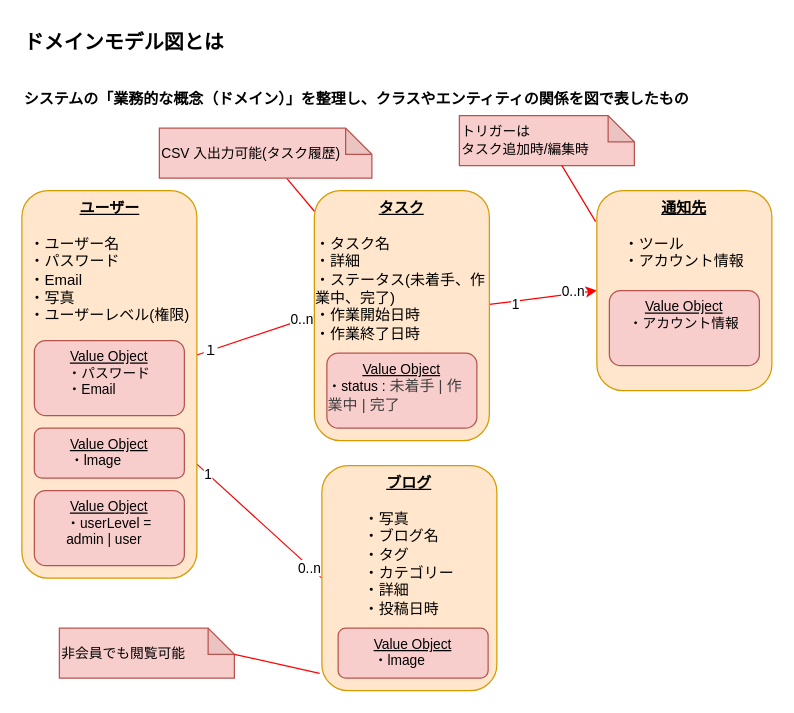
This is docs/ドメインモデル図.drawio from nomin-sasabuchi/express-next-rest-api, a draw.io file, before an edit. Source tidied: cells renumbered, new cells numbered last; positions are measured from the earlier drawing's top-left corner, leaving out a move shared by most shapes. Both pictures are drawn from the tidied source at 125%, with x=0, y=0 at pixel (21, 21).
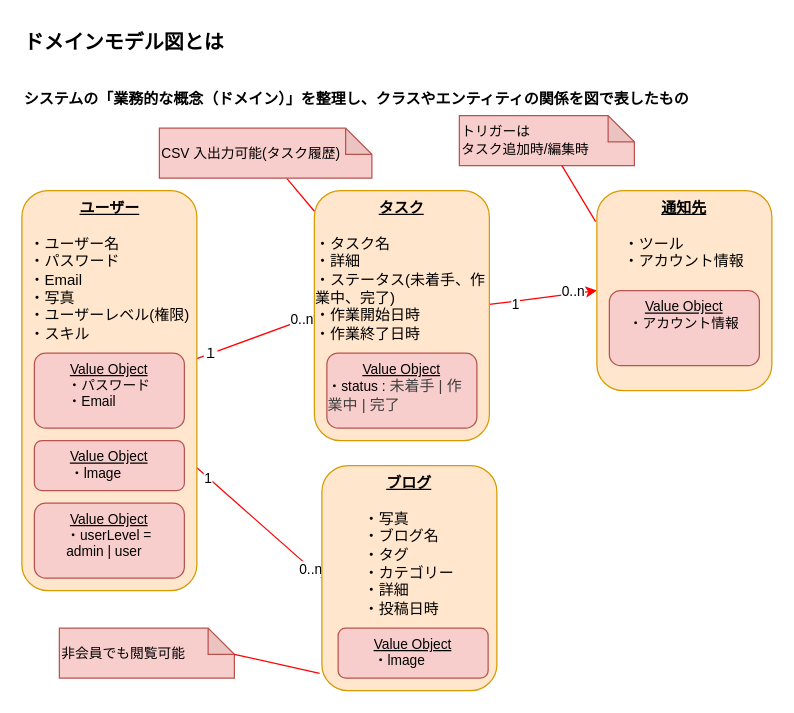
The same page after the edit.

The edit, as a diff of the source:
```diff
@@
-    <mxCell id="9" value="&lt;div style=&quot;&quot;&gt;&lt;u style=&quot;background-color: transparent;&quot;&gt;&lt;b&gt;ユーザー&lt;/b&gt;&lt;/u&gt;&lt;/div&gt;&lt;div&gt;&lt;b&gt;&lt;u&gt;&lt;br&gt;&lt;/u&gt;&lt;/b&gt;&lt;/div&gt;&lt;div style=&quot;text-align: left;&quot;&gt;・ユーザー名&lt;/div&gt;&lt;div style=&quot;text-align: left;&quot;&gt;・パスワード&lt;br&gt;・Email&lt;/div&gt;&lt;div style=&quot;text-align: left;&quot;&gt;・写真&lt;br&gt;&lt;/div&gt;&lt;div style=&quot;text-align: left;&quot;&gt;・ユーザーレベル(権限)&lt;/div&gt;&lt;div&gt;&lt;div&gt;&lt;u&gt;&lt;b&gt;&lt;br&gt;&lt;/b&gt;&lt;/u&gt;&lt;/div&gt;&lt;div&gt;&lt;u&gt;&lt;b&gt;&lt;br&gt;&lt;/b&gt;&lt;/u&gt;&lt;/div&gt;&lt;/div&gt;" style="rounded=1;html=1;verticalAlign=top;align=center;fillColor=#ffe6cc;strokeColor=#d79b00;" parent="1" vertex="1">
-      <mxGeometry y="135" width="140" height="310" as="geometry" />
+    <mxCell id="9" value="&lt;div style=&quot;&quot;&gt;&lt;u style=&quot;background-color: transparent;&quot;&gt;&lt;b&gt;ユーザー&lt;/b&gt;&lt;/u&gt;&lt;/div&gt;&lt;div&gt;&lt;b&gt;&lt;u&gt;&lt;br&gt;&lt;/u&gt;&lt;/b&gt;&lt;/div&gt;&lt;div style=&quot;text-align: left;&quot;&gt;・ユーザー名&lt;/div&gt;&lt;div style=&quot;text-align: left;&quot;&gt;・パスワード&lt;br&gt;・Email&lt;/div&gt;&lt;div style=&quot;text-align: left;&quot;&gt;・写真&lt;br&gt;&lt;/div&gt;&lt;div style=&quot;text-align: left;&quot;&gt;・ユーザーレベル(権限)&lt;/div&gt;&lt;div style=&quot;text-align: left;&quot;&gt;・スキル&lt;/div&gt;&lt;div style=&quot;text-align: left;&quot;&gt;&lt;br&gt;&lt;/div&gt;&lt;div&gt;&lt;div&gt;&lt;u&gt;&lt;b&gt;&lt;br&gt;&lt;/b&gt;&lt;/u&gt;&lt;/div&gt;&lt;div&gt;&lt;u&gt;&lt;b&gt;&lt;br&gt;&lt;/b&gt;&lt;/u&gt;&lt;/div&gt;&lt;/div&gt;" style="rounded=1;html=1;verticalAlign=top;align=center;fillColor=#ffe6cc;strokeColor=#d79b00;" parent="1" vertex="1">
+      <mxGeometry y="135" width="140" height="320" as="geometry" />
     </mxCell>
@@
     <mxCell id="16" value="&lt;u&gt;Value Object&lt;/u&gt;&lt;div&gt;&lt;div style=&quot;text-align: left;&quot;&gt;&lt;span style=&quot;background-color: transparent;&quot;&gt;・パスワード&lt;/span&gt;&lt;/div&gt;&lt;div style=&quot;text-align: left;&quot;&gt;&lt;span style=&quot;background-color: transparent;&quot;&gt;・Email&lt;/span&gt;&lt;/div&gt;&lt;/div&gt;" style="rounded=1;whiteSpace=wrap;html=1;fontFamily=Helvetica;fontSize=11;labelBackgroundColor=none;fillColor=#f8cecc;strokeColor=#b85450;verticalAlign=top;" parent="1" vertex="1">
-      <mxGeometry x="10" y="255" width="120" height="60" as="geometry" />
+      <mxGeometry x="10" y="265" width="120" height="60" as="geometry" />
     </mxCell>
@@
     <mxCell id="21" value="&lt;u&gt;Value Object&lt;/u&gt;&lt;div&gt;&lt;div style=&quot;text-align: left;&quot;&gt;&lt;span style=&quot;background-color: transparent;&quot;&gt;・&lt;/span&gt;&lt;span style=&quot;background-color: transparent;&quot;&gt;lmage&lt;/span&gt;&lt;/div&gt;&lt;/div&gt;" style="rounded=1;whiteSpace=wrap;html=1;fontFamily=Helvetica;fontSize=11;labelBackgroundColor=none;fillColor=#f8cecc;strokeColor=#b85450;verticalAlign=top;" parent="1" vertex="1">
-      <mxGeometry x="10" y="325" width="120" height="40" as="geometry" />
+      <mxGeometry x="10" y="335" width="120" height="40" as="geometry" />
     </mxCell>
@@
     <mxCell id="24" value="&lt;u&gt;Value Object&lt;/u&gt;&lt;div&gt;&lt;div style=&quot;text-align: left;&quot;&gt;・userLevel = &lt;br&gt;admin | user&amp;nbsp;&lt;/div&gt;&lt;/div&gt;" style="rounded=1;whiteSpace=wrap;html=1;fontFamily=Helvetica;fontSize=11;labelBackgroundColor=none;fillColor=#f8cecc;strokeColor=#b85450;verticalAlign=top;" parent="1" vertex="1">
-      <mxGeometry x="10" y="375" width="120" height="60" as="geometry" />
+      <mxGeometry x="10" y="385" width="120" height="60" as="geometry" />
     </mxCell>
```
